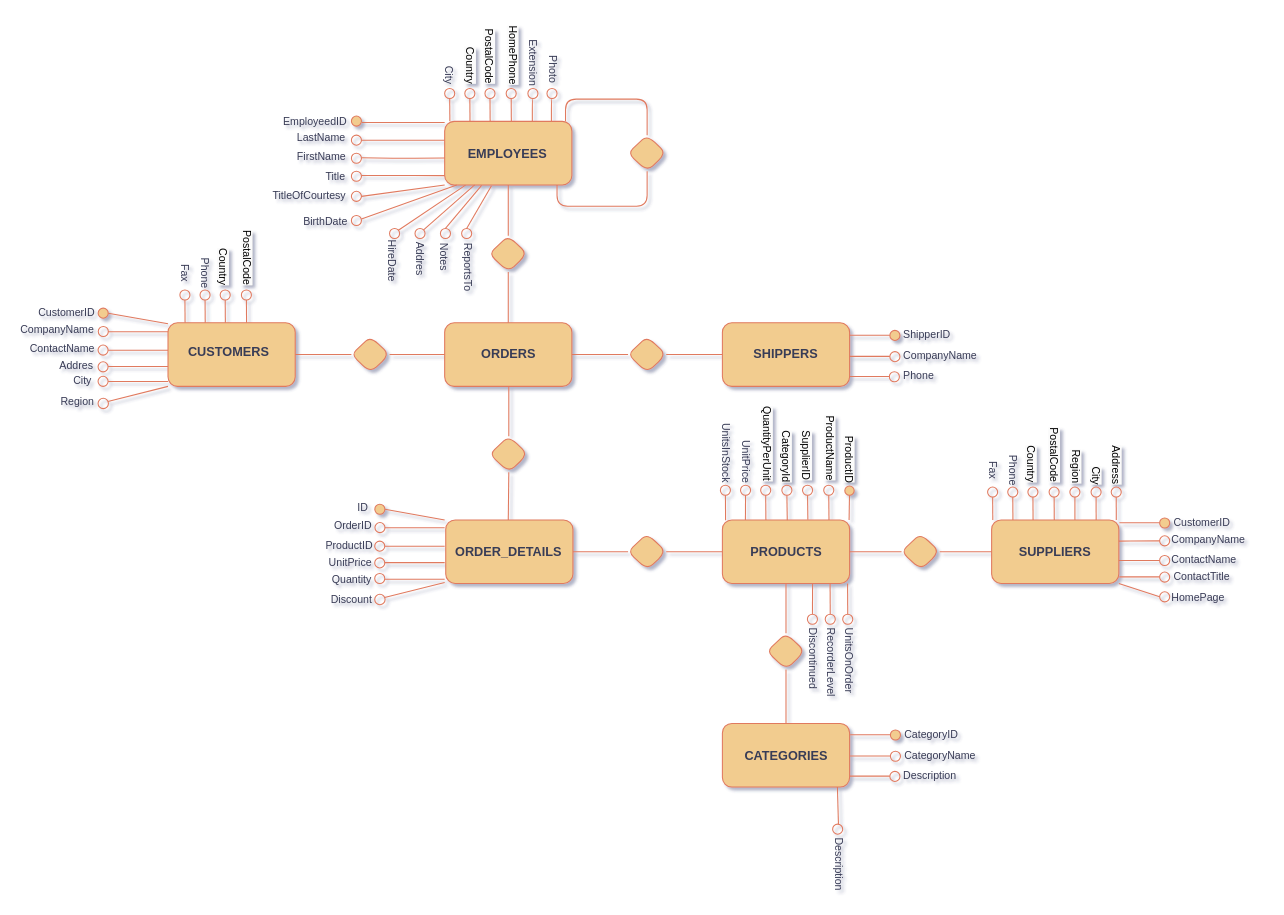
davideticchiarelli01/DWH-challenge keeps this draw.io diagram as er_scheme.drawio. Above is the earlier version. Source tidied: cells renumbered, new cells numbered last; positions are measured from the earlier drawing's top-left corner, leaving out a move shared by most shapes. Both pictures are drawn from the tidied source at 106%, with x=0, y=0 at pixel (18, 18).
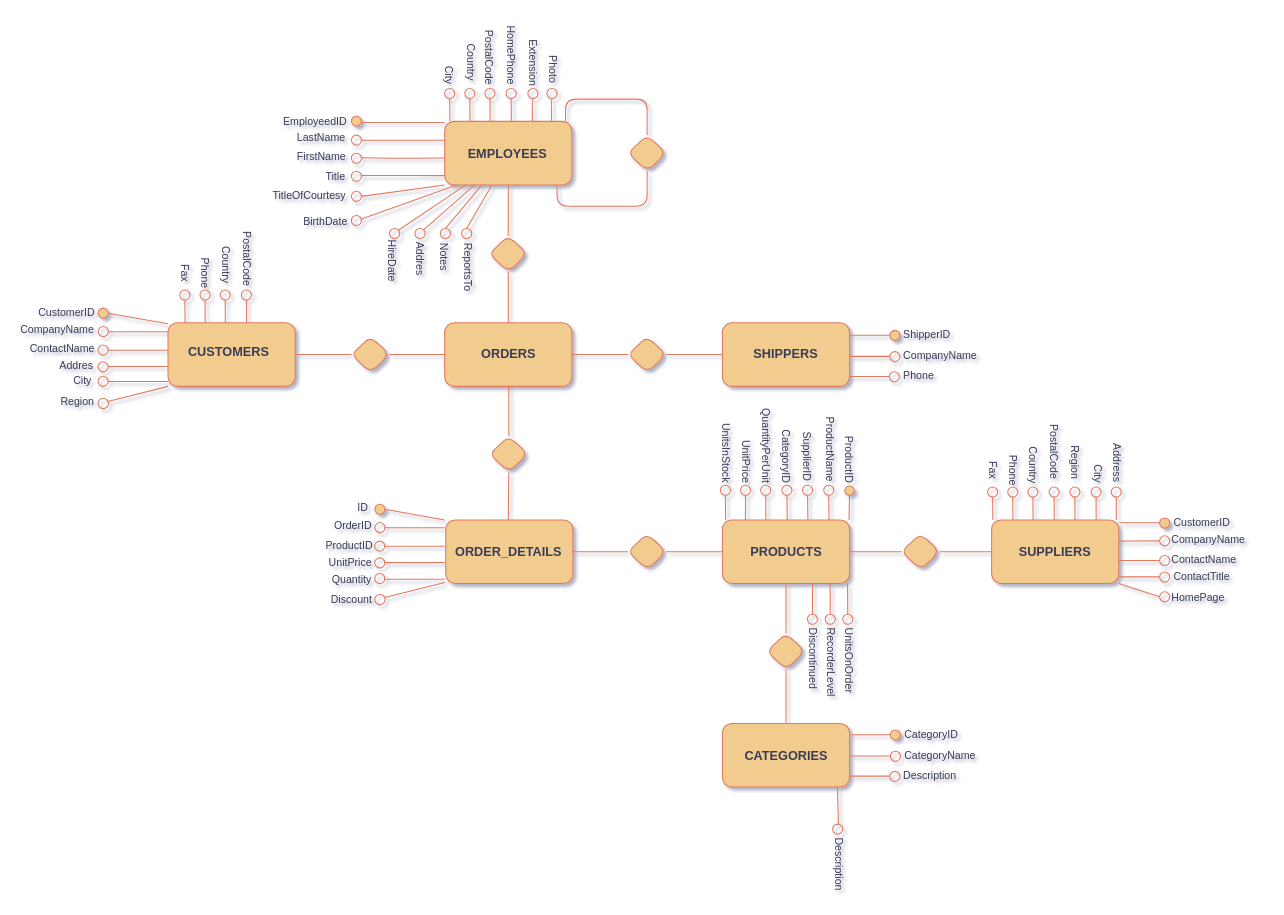
After the change.

Diff of the diagram source:
```diff
@@
-    <mxCell id="97" value="&lt;span style=&quot;color: rgb(0, 0, 0); font-family: Helvetica; font-style: normal; font-variant-ligatures: normal; font-variant-caps: normal; font-weight: 400; letter-spacing: normal; orphans: 2; text-align: left; text-indent: 0px; text-transform: none; widows: 2; word-spacing: 0px; -webkit-text-stroke-width: 0px; white-space: normal; background-color: rgb(251, 251, 251); text-decoration-thickness: initial; text-decoration-style: initial; text-decoration-color: initial; float: none; display: inline !important;&quot;&gt;&lt;font&gt;Country&lt;/font&gt;&lt;/span&gt;" style="text;whiteSpace=wrap;html=1;fontSize=10;textDirection=vertical-rl;rounded=1;labelBackgroundColor=none;fontColor=#393C56;" parent="1" vertex="1">
-      <mxGeometry x="418" y="20" width="45" height="20" as="geometry" />
-    </mxCell>
-    <mxCell id="98" value="&lt;span style=&quot;color: rgb(0, 0, 0); font-family: Helvetica; font-style: normal; font-variant-ligatures: normal; font-variant-caps: normal; font-weight: 400; letter-spacing: normal; orphans: 2; text-align: left; text-indent: 0px; text-transform: none; widows: 2; word-spacing: 0px; -webkit-text-stroke-width: 0px; white-space: normal; background-color: rgb(251, 251, 251); text-decoration-thickness: initial; text-decoration-style: initial; text-decoration-color: initial; float: none; display: inline !important;&quot;&gt;&lt;font&gt;PostalCode&lt;/font&gt;&lt;/span&gt;" style="text;whiteSpace=wrap;html=1;fontSize=10;textDirection=vertical-lr;rounded=1;labelBackgroundColor=none;fontColor=#393C56;" parent="1" vertex="1">
-      <mxGeometry x="435.5" y="3" width="45" height="20" as="geometry" />
-    </mxCell>
-    <mxCell id="99" value="&lt;span style=&quot;color: rgb(0, 0, 0); font-family: Helvetica; font-style: normal; font-variant-ligatures: normal; font-variant-caps: normal; font-weight: 400; letter-spacing: normal; orphans: 2; text-align: left; text-indent: 0px; text-transform: none; widows: 2; word-spacing: 0px; -webkit-text-stroke-width: 0px; white-space: normal; background-color: rgb(251, 251, 251); text-decoration-thickness: initial; text-decoration-style: initial; text-decoration-color: initial; float: none; display: inline !important;&quot;&gt;&lt;font&gt;HomePhone&lt;/font&gt;&lt;/span&gt;" style="text;whiteSpace=wrap;html=1;fontSize=10;textDirection=vertical-lr;rounded=1;labelBackgroundColor=none;fontColor=#393C56;" parent="1" vertex="1">
-      <mxGeometry x="458" width="45" height="20" as="geometry" />
-    </mxCell>
     <mxCell id="100" value="&lt;span&gt;Extension&lt;/span&gt;" style="text;whiteSpace=wrap;html=1;textDirection=vertical-lr;fontSize=10;rounded=1;labelBackgroundColor=none;fontColor=#393C56;" parent="1" vertex="1">
-      <mxGeometry x="477" y="13" width="72" height="31" as="geometry" />
+      <mxGeometry x="477" y="13" width="17" height="31" as="geometry" />
     </mxCell>
@@
-    <mxCell id="123" value="&lt;span style=&quot;color: rgb(0, 0, 0); font-family: Helvetica; font-style: normal; font-variant-ligatures: normal; font-variant-caps: normal; font-weight: 400; letter-spacing: normal; orphans: 2; text-align: left; text-indent: 0px; text-transform: none; widows: 2; word-spacing: 0px; -webkit-text-stroke-width: 0px; white-space: normal; background-color: rgb(251, 251, 251); text-decoration-thickness: initial; text-decoration-style: initial; text-decoration-color: initial; float: none; display: inline !important;&quot;&gt;&lt;font&gt;Address&lt;/font&gt;&lt;/span&gt;" style="text;whiteSpace=wrap;html=1;fontSize=10;textDirection=vertical-rl;rounded=1;labelBackgroundColor=none;fontColor=#393C56;" parent="1" vertex="1">
-      <mxGeometry x="1027" y="396" width="45" height="20" as="geometry" />
-    </mxCell>
-    <mxCell id="124" value="&lt;span style=&quot;color: rgb(0, 0, 0); font-family: Helvetica; font-style: normal; font-variant-ligatures: normal; font-variant-caps: normal; font-weight: 400; letter-spacing: normal; orphans: 2; text-align: left; text-indent: 0px; text-transform: none; widows: 2; word-spacing: 0px; -webkit-text-stroke-width: 0px; white-space: normal; background-color: rgb(251, 251, 251); text-decoration-thickness: initial; text-decoration-style: initial; text-decoration-color: initial; float: none; display: inline !important;&quot;&gt;&lt;font&gt;City&lt;/font&gt;&lt;/span&gt;" style="text;whiteSpace=wrap;html=1;fontSize=10;textDirection=vertical-rl;rounded=1;labelBackgroundColor=none;fontColor=#393C56;" parent="1" vertex="1">
-      <mxGeometry x="1008" y="416" width="45" height="20" as="geometry" />
-    </mxCell>
@@
-    <mxCell id="134" value="&lt;span style=&quot;color: rgb(0, 0, 0); font-family: Helvetica; font-style: normal; font-variant-ligatures: normal; font-variant-caps: normal; font-weight: 400; letter-spacing: normal; orphans: 2; text-align: left; text-indent: 0px; text-transform: none; widows: 2; word-spacing: 0px; -webkit-text-stroke-width: 0px; white-space: normal; background-color: rgb(251, 251, 251); text-decoration-thickness: initial; text-decoration-style: initial; text-decoration-color: initial; float: none; display: inline !important;&quot;&gt;&lt;font&gt;Country&lt;/font&gt;&lt;/span&gt;" style="text;whiteSpace=wrap;html=1;fontSize=10;textDirection=vertical-rl;rounded=1;labelBackgroundColor=none;fontColor=#393C56;" parent="1" vertex="1">
-      <mxGeometry x="946.8" y="396" width="45" height="20" as="geometry" />
-    </mxCell>
@@
-    <mxCell id="141" value="&lt;span style=&quot;color: rgb(0, 0, 0); font-family: Helvetica; font-style: normal; font-variant-ligatures: normal; font-variant-caps: normal; font-weight: 400; letter-spacing: normal; orphans: 2; text-align: left; text-indent: 0px; text-transform: none; widows: 2; word-spacing: 0px; -webkit-text-stroke-width: 0px; white-space: normal; background-color: rgb(251, 251, 251); text-decoration-thickness: initial; text-decoration-style: initial; text-decoration-color: initial; float: none; display: inline !important;&quot;&gt;&lt;font&gt;Region&lt;/font&gt;&lt;/span&gt;" style="text;whiteSpace=wrap;html=1;fontSize=10;textDirection=vertical-rl;rounded=1;labelBackgroundColor=none;fontColor=#393C56;" parent="1" vertex="1">
-      <mxGeometry x="989.2" y="400" width="22.5" height="20" as="geometry" />
-    </mxCell>
-    <mxCell id="142" value="&lt;span style=&quot;color: rgb(0, 0, 0); font-family: Helvetica; font-style: normal; font-variant-ligatures: normal; font-variant-caps: normal; font-weight: 400; letter-spacing: normal; orphans: 2; text-align: left; text-indent: 0px; text-transform: none; widows: 2; word-spacing: 0px; -webkit-text-stroke-width: 0px; white-space: normal; background-color: rgb(251, 251, 251); text-decoration-thickness: initial; text-decoration-style: initial; text-decoration-color: initial; float: none; display: inline !important;&quot;&gt;&lt;font&gt;PostalCode&lt;/font&gt;&lt;/span&gt;" style="text;whiteSpace=wrap;html=1;fontSize=10;textDirection=vertical-rl;rounded=1;labelBackgroundColor=none;fontColor=#393C56;" parent="1" vertex="1">
-      <mxGeometry x="969.2" y="378.8" width="22.5" height="20" as="geometry" />
-    </mxCell>
@@
-    <mxCell id="174" value="&lt;span style=&quot;color: rgb(0, 0, 0); font-family: Helvetica; font-style: normal; font-variant-ligatures: normal; font-variant-caps: normal; font-weight: 400; letter-spacing: normal; orphans: 2; text-align: left; text-indent: 0px; text-transform: none; widows: 2; word-spacing: 0px; -webkit-text-stroke-width: 0px; white-space: normal; background-color: rgb(251, 251, 251); text-decoration-thickness: initial; text-decoration-style: initial; text-decoration-color: initial; float: none; display: inline !important;&quot;&gt;&lt;font&gt;Country&lt;/font&gt;&lt;/span&gt;" style="text;whiteSpace=wrap;html=1;fontSize=10;textDirection=vertical-rl;rounded=1;labelBackgroundColor=none;fontColor=#393C56;" parent="1" vertex="1">
-      <mxGeometry x="184.8" y="210" width="45" height="20" as="geometry" />
-    </mxCell>
-    <mxCell id="175" value="&lt;span style=&quot;color: rgb(0, 0, 0); font-family: Helvetica; font-style: normal; font-variant-ligatures: normal; font-variant-caps: normal; font-weight: 400; letter-spacing: normal; orphans: 2; text-align: left; text-indent: 0px; text-transform: none; widows: 2; word-spacing: 0px; -webkit-text-stroke-width: 0px; white-space: normal; background-color: rgb(251, 251, 251); text-decoration-thickness: initial; text-decoration-style: initial; text-decoration-color: initial; float: none; display: inline !important;&quot;&gt;&lt;font&gt;PostalCode&lt;/font&gt;&lt;/span&gt;" style="text;whiteSpace=wrap;html=1;fontSize=10;textDirection=vertical-rl;rounded=1;labelBackgroundColor=none;fontColor=#393C56;" parent="1" vertex="1">
-      <mxGeometry x="207.2" y="192.8" width="22.5" height="20" as="geometry" />
-    </mxCell>
@@
-    <mxCell id="186" value="&lt;span style=&quot;color: rgb(0, 0, 0); font-family: Helvetica; font-style: normal; font-variant-ligatures: normal; font-variant-caps: normal; font-weight: 400; letter-spacing: normal; orphans: 2; text-align: left; text-indent: 0px; text-transform: none; widows: 2; word-spacing: 0px; -webkit-text-stroke-width: 0px; white-space: normal; background-color: rgb(251, 251, 251); text-decoration-thickness: initial; text-decoration-style: initial; text-decoration-color: initial; float: none; display: inline !important;&quot;&gt;&lt;font&gt;QuantityPerUnit&lt;/font&gt;&lt;/span&gt;" style="text;whiteSpace=wrap;html=1;fontSize=10;textDirection=vertical-rl;rounded=1;labelBackgroundColor=none;fontColor=#393C56;" parent="1" vertex="1">
-      <mxGeometry x="697.7" y="358.8" width="14.4" height="20" as="geometry" />
-    </mxCell>
@@
-    <mxCell id="192" value="&lt;span style=&quot;color: rgb(0, 0, 0); font-family: Helvetica; font-style: normal; font-variant-ligatures: normal; font-variant-caps: normal; font-weight: 400; letter-spacing: normal; orphans: 2; text-align: left; text-indent: 0px; text-transform: none; widows: 2; word-spacing: 0px; -webkit-text-stroke-width: 0px; white-space: normal; background-color: rgb(251, 251, 251); text-decoration-thickness: initial; text-decoration-style: initial; text-decoration-color: initial; float: none; display: inline !important;&quot;&gt;&lt;font&gt;SupplierID&lt;/font&gt;&lt;/span&gt;" style="text;whiteSpace=wrap;html=1;fontSize=10;textDirection=vertical-rl;rounded=1;labelBackgroundColor=none;fontColor=#393C56;" parent="1" vertex="1">
-      <mxGeometry x="734.5" y="382" width="22.5" height="20" as="geometry" />
-    </mxCell>
@@
-    <mxCell id="195" value="&lt;span style=&quot;color: rgb(0, 0, 0); font-family: Helvetica; font-style: normal; font-variant-ligatures: normal; font-variant-caps: normal; font-weight: 400; letter-spacing: normal; orphans: 2; text-align: left; text-indent: 0px; text-transform: none; widows: 2; word-spacing: 0px; -webkit-text-stroke-width: 0px; white-space: normal; background-color: rgb(251, 251, 251); text-decoration-thickness: initial; text-decoration-style: initial; text-decoration-color: initial; float: none; display: inline !important;&quot;&gt;&lt;font&gt;ProductID&lt;/font&gt;&lt;/span&gt;" style="text;whiteSpace=wrap;html=1;fontSize=10;textDirection=vertical-rl;rounded=1;labelBackgroundColor=none;fontColor=#393C56;" parent="1" vertex="1">
-      <mxGeometry x="775" y="387" width="22.5" height="20" as="geometry" />
-    </mxCell>
-    <mxCell id="196" value="&lt;span style=&quot;color: rgb(0, 0, 0); font-family: Helvetica; font-style: normal; font-variant-ligatures: normal; font-variant-caps: normal; font-weight: 400; letter-spacing: normal; orphans: 2; text-align: left; text-indent: 0px; text-transform: none; widows: 2; word-spacing: 0px; -webkit-text-stroke-width: 0px; white-space: normal; background-color: rgb(251, 251, 251); text-decoration-thickness: initial; text-decoration-style: initial; text-decoration-color: initial; float: none; display: inline !important;&quot;&gt;&lt;font&gt;ProductName&lt;/font&gt;&lt;/span&gt;" style="text;whiteSpace=wrap;html=1;fontSize=10;textDirection=vertical-rl;rounded=1;labelBackgroundColor=none;fontColor=#393C56;" parent="1" vertex="1">
-      <mxGeometry x="757" y="368" width="22.5" height="20" as="geometry" />
-    </mxCell>
-    <mxCell id="197" value="&lt;span style=&quot;color: rgb(0, 0, 0); font-family: Helvetica; font-style: normal; font-variant-ligatures: normal; font-variant-caps: normal; font-weight: 400; letter-spacing: normal; orphans: 2; text-align: left; text-indent: 0px; text-transform: none; widows: 2; word-spacing: 0px; -webkit-text-stroke-width: 0px; white-space: normal; background-color: rgb(251, 251, 251); text-decoration-thickness: initial; text-decoration-style: initial; text-decoration-color: initial; float: none; display: inline !important;&quot;&gt;&lt;font&gt;CategoryId&lt;/font&gt;&lt;/span&gt;" style="text;whiteSpace=wrap;html=1;fontSize=10;textDirection=vertical-rl;rounded=1;labelBackgroundColor=none;fontColor=#393C56;" parent="1" vertex="1">
-      <mxGeometry x="716" y="382" width="20.1" height="20" as="geometry" />
-    </mxCell>
@@
+    <mxCell id="99" value="&lt;span&gt;HomePhone&lt;/span&gt;" style="text;whiteSpace=wrap;html=1;textDirection=vertical-lr;fontSize=10;rounded=1;labelBackgroundColor=none;fontColor=#393C56;" parent="1" vertex="1">
+      <mxGeometry x="456.2" width="17" height="31" as="geometry" />
+    </mxCell>
+    <mxCell id="225" value="&lt;span&gt;PostalCode&lt;/span&gt;" style="text;whiteSpace=wrap;html=1;textDirection=vertical-lr;fontSize=10;rounded=1;labelBackgroundColor=none;fontColor=#393C56;" parent="1" vertex="1">
+      <mxGeometry x="436.2" y="4" width="17" height="31" as="geometry" />
+    </mxCell>
+    <mxCell id="226" value="&lt;span&gt;Country&lt;/span&gt;" style="text;whiteSpace=wrap;html=1;textDirection=vertical-lr;fontSize=10;rounded=1;labelBackgroundColor=none;fontColor=#393C56;" parent="1" vertex="1">
+      <mxGeometry x="419.2" y="17" width="17" height="31" as="geometry" />
+    </mxCell>
+    <mxCell id="227" value="&lt;span&gt;PostalCode&lt;/span&gt;" style="text;whiteSpace=wrap;html=1;textDirection=vertical-lr;fontSize=10;rounded=1;labelBackgroundColor=none;fontColor=#393C56;" parent="1" vertex="1">
+      <mxGeometry x="206.5" y="194" width="17" height="31" as="geometry" />
+    </mxCell>
+    <mxCell id="228" value="&lt;span&gt;Country&lt;/span&gt;" style="text;whiteSpace=wrap;html=1;textDirection=vertical-lr;fontSize=10;rounded=1;labelBackgroundColor=none;fontColor=#393C56;" parent="1" vertex="1">
+      <mxGeometry x="186.5" y="208" width="17" height="31" as="geometry" />
+    </mxCell>
+    <mxCell id="124" value="&lt;font style=&quot;font-size: 10px;&quot;&gt;City&lt;/font&gt;" style="text;html=1;align=left;verticalAlign=middle;whiteSpace=wrap;rounded=1;labelBackgroundColor=none;fontColor=#393C56;arcSize=0;textDirection=vertical-lr;" parent="1" vertex="1">
+      <mxGeometry x="1009" y="422.8" width="24" height="13.2" as="geometry" />
+    </mxCell>
+    <mxCell id="229" value="&lt;span&gt;PostalCode&lt;/span&gt;" style="text;whiteSpace=wrap;html=1;textDirection=vertical-lr;fontSize=10;rounded=1;labelBackgroundColor=none;fontColor=#393C56;" parent="1" vertex="1">
+      <mxGeometry x="969.2" y="376" width="17" height="31" as="geometry" />
+    </mxCell>
+    <mxCell id="230" value="&lt;span&gt;Country&lt;/span&gt;" style="text;whiteSpace=wrap;html=1;textDirection=vertical-lr;fontSize=10;rounded=1;labelBackgroundColor=none;fontColor=#393C56;" parent="1" vertex="1">
+      <mxGeometry x="948.5" y="397" width="17" height="31" as="geometry" />
+    </mxCell>
+    <mxCell id="141" value="&lt;span&gt;Region&lt;/span&gt;" style="text;whiteSpace=wrap;html=1;textDirection=vertical-lr;fontSize=10;rounded=1;labelBackgroundColor=none;fontColor=#393C56;" parent="1" vertex="1">
+      <mxGeometry x="988" y="395.5" width="17" height="31" as="geometry" />
+    </mxCell>
+    <mxCell id="123" value="&lt;font style=&quot;font-size: 10px;&quot;&gt;Address&lt;/font&gt;" style="text;html=1;align=left;verticalAlign=middle;whiteSpace=wrap;rounded=1;labelBackgroundColor=none;fontColor=#393C56;arcSize=0;textDirection=vertical-lr;" parent="1" vertex="1">
+      <mxGeometry x="1027" y="413.2" width="24" height="13.2" as="geometry" />
+    </mxCell>
+    <mxCell id="195" value="&lt;font&gt;ProductID&lt;/font&gt;" style="text;html=1;align=left;verticalAlign=middle;whiteSpace=wrap;rounded=1;textDirection=vertical-rl;fontSize=10;labelBackgroundColor=none;fontColor=#393C56;" parent="1" vertex="1">
+      <mxGeometry x="775" y="406.2" width="16" height="20.2" as="geometry" />
+    </mxCell>
+    <mxCell id="196" value="&lt;font&gt;ProductName&lt;/font&gt;" style="text;html=1;align=left;verticalAlign=middle;whiteSpace=wrap;rounded=1;textDirection=vertical-rl;fontSize=10;labelBackgroundColor=none;fontColor=#393C56;" parent="1" vertex="1">
+      <mxGeometry x="757" y="397" width="16" height="20.2" as="geometry" />
+    </mxCell>
+    <mxCell id="192" value="&lt;font&gt;SupplierID&lt;/font&gt;" style="text;html=1;align=left;verticalAlign=middle;whiteSpace=wrap;rounded=1;textDirection=vertical-rl;fontSize=10;labelBackgroundColor=none;fontColor=#393C56;" parent="1" vertex="1">
+      <mxGeometry x="736.1" y="402.5" width="16" height="20.2" as="geometry" />
+    </mxCell>
+    <mxCell id="231" value="&lt;font&gt;CategoryID&lt;/font&gt;" style="text;html=1;align=left;verticalAlign=middle;whiteSpace=wrap;rounded=1;textDirection=vertical-rl;fontSize=10;labelBackgroundColor=none;fontColor=#393C56;" parent="1" vertex="1">
+      <mxGeometry x="716" y="402.5" width="16" height="20.2" as="geometry" />
+    </mxCell>
+    <mxCell id="186" value="&lt;font&gt;QuantityPerUnit&lt;/font&gt;" style="text;html=1;align=left;verticalAlign=middle;whiteSpace=wrap;rounded=1;textDirection=vertical-rl;fontSize=10;labelBackgroundColor=none;fontColor=#393C56;" parent="1" vertex="1">
+      <mxGeometry x="696.9" y="393" width="16" height="20.2" as="geometry" />
+    </mxCell>
```
